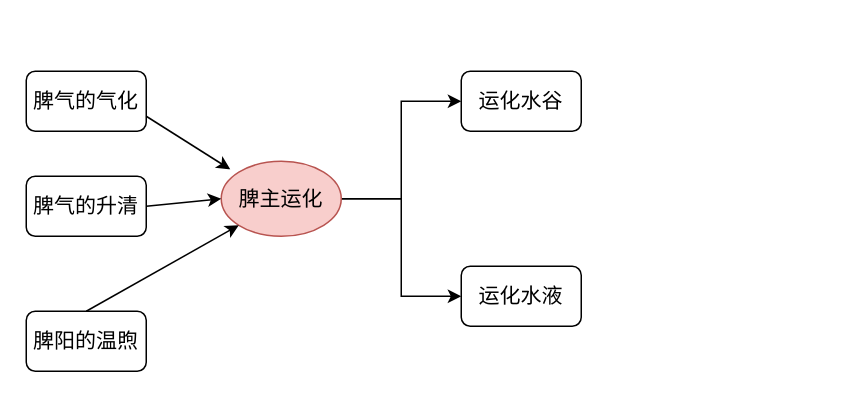
328507133/chart keeps this draw.io diagram as 医门推敲叁/中医藏象学说/藏像学说之脾/脾的主要生理功能/001脾主运化.drawio. Above is the earlier version. Source tidied: cells renumbered, new cells numbered last; positions are measured from the earlier drawing's top-left corner, leaving out a move shared by most shapes. Both pictures are drawn from the tidied source at 150%, with x=0, y=0 at pixel (26, 70).
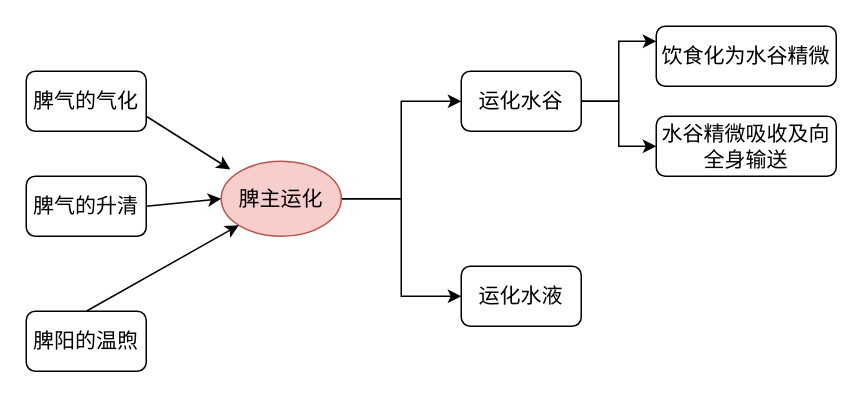
The same page after the edit.

Commit message (it also covers changes not shown here):
更新001脾主运化.drawio

What changed in the source:
```diff
@@
 <mxGraphModel>
   <root>
     <mxCell id="0" />
     <mxCell id="1" parent="0" />
     <mxCell id="2" style="edgeStyle=orthogonalEdgeStyle;rounded=0;jettySize=auto;html=1;exitX=1;exitY=0.5;exitDx=0;exitDy=0;entryX=0;entryY=0.5;entryDx=0;entryDy=0;" parent="1" edge="1" source="4" target="11">
       <mxGeometry relative="1" as="geometry" />
     </mxCell>
     <mxCell id="3" style="edgeStyle=orthogonalEdgeStyle;rounded=0;jettySize=auto;html=1;exitX=1;exitY=0.5;exitDx=0;exitDy=0;entryX=0;entryY=0.5;entryDx=0;entryDy=0;" parent="1" edge="1" source="4" target="12">
       <mxGeometry relative="1" as="geometry" />
     </mxCell>
     <mxCell id="4" value="脾主运化" style="ellipse;whiteSpace=wrap;html=1;fontSize=14;fillColor=#f8cecc;strokeColor=#b85450;" parent="1" vertex="1">
       <mxGeometry x="130" y="60" width="80" height="50" as="geometry" />
     </mxCell>
     <mxCell id="5" value="脾气的气化" style="rounded=1;whiteSpace=wrap;html=1;fontSize=14;" parent="1" vertex="1">
       <mxGeometry width="80" height="40" as="geometry" />
     </mxCell>
     <mxCell id="6" value="脾气的升清" style="rounded=1;whiteSpace=wrap;html=1;fontSize=14;" parent="1" vertex="1">
       <mxGeometry y="70" width="80" height="40" as="geometry" />
     </mxCell>
     <mxCell id="7" value="脾阳的温煦" style="rounded=1;whiteSpace=wrap;html=1;fontSize=14;" parent="1" vertex="1">
       <mxGeometry y="160" width="80" height="40" as="geometry" />
     </mxCell>
     <mxCell id="8" style="endArrow=classic;html=1;rounded=0;entryX=0.075;entryY=0.108;entryDx=0;entryDy=0;entryPerimeter=0;exitX=1;exitY=0.75;exitDx=0;exitDy=0;" parent="1" edge="1" source="5" target="4">
       <mxGeometry relative="1" as="geometry" />
     </mxCell>
     <mxCell id="9" style="endArrow=classic;html=1;rounded=0;entryX=0;entryY=0.5;entryDx=0;entryDy=0;" parent="1" edge="1" target="4">
       <mxGeometry relative="1" as="geometry">
         <mxPoint x="80" y="90" as="sourcePoint" />
       </mxGeometry>
     </mxCell>
     <mxCell id="10" style="endArrow=classic;html=1;rounded=0;entryX=0;entryY=1;entryDx=0;entryDy=0;exitX=0.5;exitY=0;exitDx=0;exitDy=0;" parent="1" edge="1" source="7" target="4">
       <mxGeometry relative="1" as="geometry" />
     </mxCell>
+    <mxCell id="13" style="edgeStyle=orthogonalEdgeStyle;rounded=0;jettySize=auto;html=1;exitX=1;exitY=0.5;exitDx=0;exitDy=0;entryX=0;entryY=0.25;entryDx=0;entryDy=0;" parent="1" edge="1" source="11" target="15">
+      <mxGeometry relative="1" as="geometry" />
+    </mxCell>
+    <mxCell id="14" style="edgeStyle=orthogonalEdgeStyle;rounded=0;jettySize=auto;html=1;exitX=1;exitY=0.5;exitDx=0;exitDy=0;entryX=0;entryY=0.5;entryDx=0;entryDy=0;" parent="1" edge="1" source="11" target="16">
+      <mxGeometry relative="1" as="geometry" />
+    </mxCell>
     <mxCell id="11" value="运化水谷" style="rounded=1;whiteSpace=wrap;html=1;fontSize=14;" parent="1" vertex="1">
       <mxGeometry x="290" width="80" height="40" as="geometry" />
     </mxCell>
     <mxCell id="12" value="运化水液" style="rounded=1;whiteSpace=wrap;html=1;fontSize=14;" parent="1" vertex="1">
       <mxGeometry x="290" y="130" width="80" height="40" as="geometry" />
     </mxCell>
+    <mxCell id="15" value="饮食化为水谷精微" style="rounded=1;whiteSpace=wrap;html=1;fontSize=14;" parent="1" vertex="1">
+      <mxGeometry x="420" y="-30" width="120" height="40" as="geometry" />
+    </mxCell>
+    <mxCell id="16" value="水谷精微吸收及向全身输送" style="rounded=1;whiteSpace=wrap;html=1;fontSize=14;" parent="1" vertex="1">
+      <mxGeometry x="420" y="30" width="120" height="40" as="geometry" />
+    </mxCell>
   </root>
 </mxGraphModel>
```
